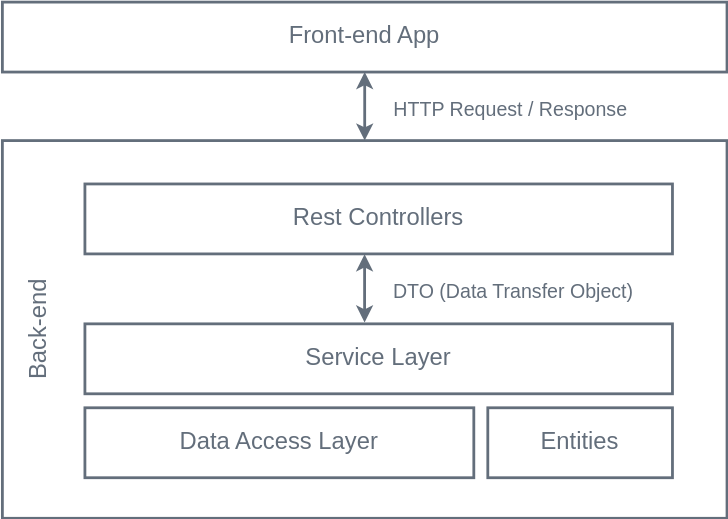
Earlier version of the draw.io export .assets/architecture.svg (diegovinci/dsvendas). Source tidied: cells renumbered, new cells last; positions are measured from the earlier drawing's top-left corner, leaving out a move shared by most shapes. The source it was exported from:
```xml
<mxGraphModel>
  <root>
    <mxCell id="0" />
    <mxCell id="1" parent="0" />
    <mxCell id="2" style="rounded=0;whiteSpace=wrap;html=1;strokeWidth=2;fillColor=none;fontColor=#636E7B;strokeColor=#636E7B;" parent="1" vertex="1">
      <mxGeometry x="13" y="99" width="518" height="270" as="geometry" />
    </mxCell>
    <mxCell id="3" value="&lt;font style=&quot;font-size: 17px&quot;&gt;Front-end App&lt;/font&gt;" style="rounded=0;whiteSpace=wrap;html=1;strokeWidth=2;fillColor=none;fontColor=#636E7B;strokeColor=#636E7B;" parent="1" vertex="1">
      <mxGeometry x="13" width="518" height="50" as="geometry" />
    </mxCell>
    <mxCell id="4" value="&lt;font style=&quot;font-size: 17px&quot;&gt;Rest Controllers&lt;/font&gt;" style="rounded=0;whiteSpace=wrap;html=1;strokeWidth=2;fillColor=none;fontColor=#636E7B;strokeColor=#636E7B;" parent="1" vertex="1">
      <mxGeometry x="72" y="130" width="420" height="50" as="geometry" />
    </mxCell>
    <mxCell id="5" value="&lt;span style=&quot;font-size: 17px&quot;&gt;Service Layer&lt;/span&gt;" style="rounded=0;whiteSpace=wrap;html=1;strokeWidth=2;fillColor=none;fontColor=#636E7B;strokeColor=#636E7B;" parent="1" vertex="1">
      <mxGeometry x="72" y="230" width="420" height="50" as="geometry" />
    </mxCell>
    <mxCell id="6" value="&lt;span style=&quot;font-size: 17px&quot;&gt;Data Access Layer&lt;/span&gt;" style="rounded=0;whiteSpace=wrap;html=1;strokeWidth=2;fillColor=none;fontColor=#636E7B;strokeColor=#636E7B;" parent="1" vertex="1">
      <mxGeometry x="72" y="290" width="278" height="50" as="geometry" />
    </mxCell>
    <mxCell id="7" value="&lt;span style=&quot;font-size: 17px&quot;&gt;Entities&lt;/span&gt;" style="rounded=0;whiteSpace=wrap;html=1;strokeWidth=2;fillColor=none;fontColor=#636E7B;strokeColor=#636E7B;" parent="1" vertex="1">
      <mxGeometry x="360" y="290" width="132" height="50" as="geometry" />
    </mxCell>
    <mxCell id="8" value="&lt;font style=&quot;font-size: 17px&quot;&gt;Back-end&lt;/font&gt;" style="text;html=1;strokeColor=none;fillColor=none;align=center;verticalAlign=middle;whiteSpace=wrap;rounded=0;rotation=-90;fontColor=#636E7B;" parent="1" vertex="1">
      <mxGeometry y="224" width="80" height="20" as="geometry" />
    </mxCell>
    <mxCell id="9" style="endArrow=classic;startArrow=classic;html=1;strokeWidth=2;entryX=0.476;entryY=1.005;entryDx=0;entryDy=0;entryPerimeter=0;exitX=0.476;exitY=-0.02;exitDx=0;exitDy=0;exitPerimeter=0;fontColor=#636E7B;strokeColor=#636E7B;" parent="1" edge="1" source="5" target="4">
      <mxGeometry relative="1" as="geometry" />
    </mxCell>
    <mxCell id="10" value="&lt;font style=&quot;font-size: 14px&quot;&gt;DTO (Data Transfer Object)&lt;/font&gt;" style="edgeLabel;html=1;align=center;verticalAlign=middle;labelBackgroundColor=none;fontColor=#636E7B;" parent="9" vertex="1">
      <mxGeometry x="-0.4" y="-1" relative="1" as="geometry">
        <mxPoint x="104" y="-9" as="offset" />
      </mxGeometry>
    </mxCell>
    <mxCell id="11" style="endArrow=classic;startArrow=classic;html=1;strokeWidth=2;fontColor=#636E7B;strokeColor=#636E7B;" parent="1" edge="1" source="2" target="3">
      <mxGeometry relative="1" as="geometry" />
    </mxCell>
    <mxCell id="12" value="&lt;span style=&quot;font-size: 14px&quot;&gt;HTTP Request / Response&lt;/span&gt;" style="edgeLabel;html=1;align=center;verticalAlign=middle;labelBackgroundColor=none;fontColor=#636E7B;" parent="11" vertex="1">
      <mxGeometry x="-0.4" y="-1" relative="1" as="geometry">
        <mxPoint x="102" y="-9" as="offset" />
      </mxGeometry>
    </mxCell>
  </root>
</mxGraphModel>
```
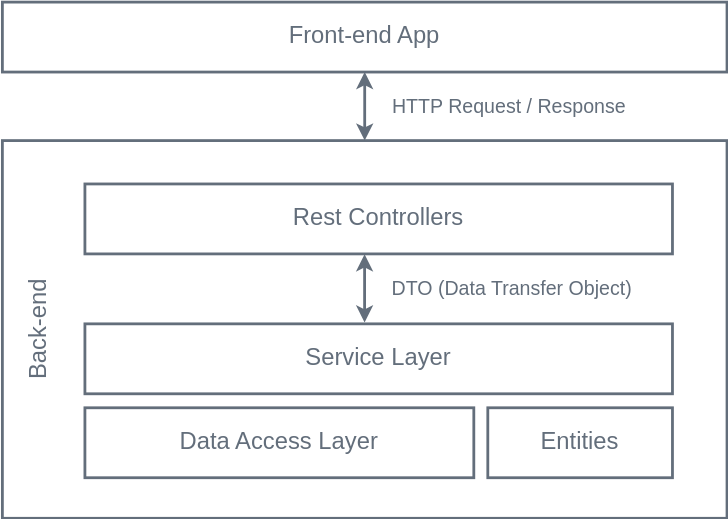
After the commit.

Commit message:
docs: update diagrams and cover image

Diff of the diagram source:
```diff
@@ -8,7 +8,7 @@
     <mxCell id="3" value="&lt;font style=&quot;font-size: 17px&quot;&gt;Front-end App&lt;/font&gt;" style="rounded=0;whiteSpace=wrap;html=1;strokeWidth=2;fillColor=none;fontColor=#636E7B;strokeColor=#636E7B;" parent="1" vertex="1">
       <mxGeometry x="13" width="518" height="50" as="geometry" />
     </mxCell>
-    <mxCell id="4" value="&lt;font style=&quot;font-size: 17px&quot;&gt;Rest Controllers&lt;/font&gt;" style="rounded=0;whiteSpace=wrap;html=1;strokeWidth=2;fillColor=none;fontColor=#636E7B;strokeColor=#636E7B;" parent="1" vertex="1">
+    <mxCell id="4" value="&lt;font style=&quot;font-size: 17px&quot;&gt;Rest Controllers&lt;/font&gt;" style="rounded=0;whiteSpace=wrap;html=1;strokeWidth=2;fontColor=#636E7B;strokeColor=#636E7B;fillColor=none;" parent="1" vertex="1">
       <mxGeometry x="72" y="130" width="420" height="50" as="geometry" />
     </mxCell>
     <mxCell id="5" value="&lt;span style=&quot;font-size: 17px&quot;&gt;Service Layer&lt;/span&gt;" style="rounded=0;whiteSpace=wrap;html=1;strokeWidth=2;fillColor=none;fontColor=#636E7B;strokeColor=#636E7B;" parent="1" vertex="1">
```
